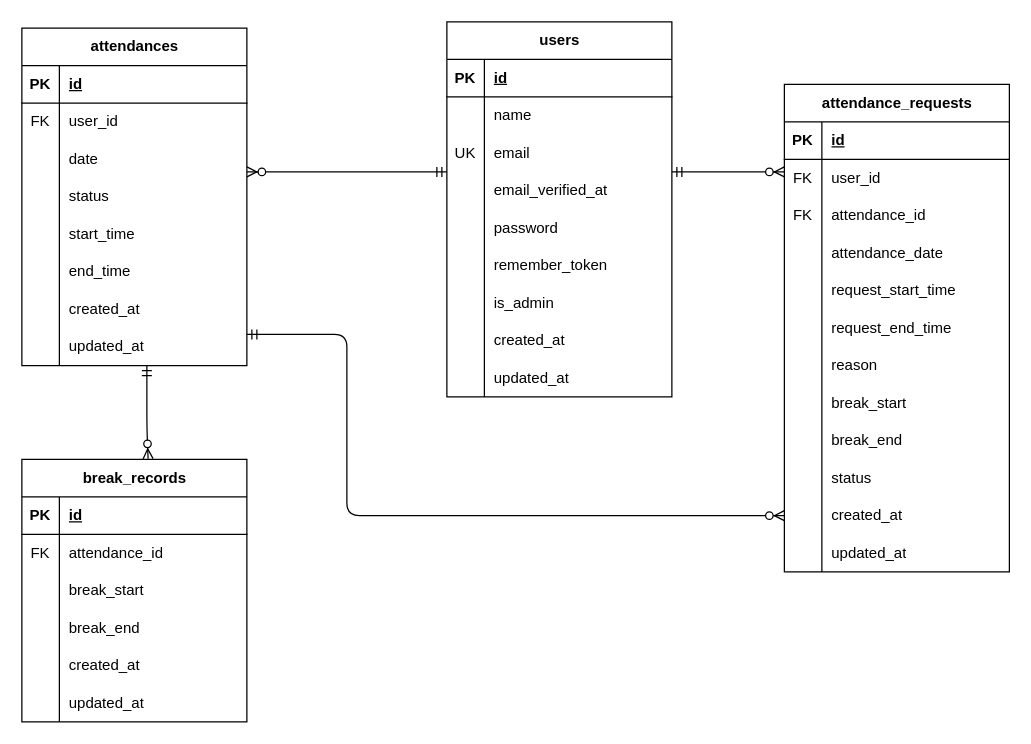
This is src/resources/js/er.drawio from norinori25/coachtech-attendance-app, a draw.io file, before an edit. Source tidied: cells renumbered, new cells numbered last; positions are measured from the earlier drawing's top-left corner, leaving out a move shared by most shapes. Both pictures are drawn from the tidied source at 125%, with x=0, y=0 at pixel (21, 21).
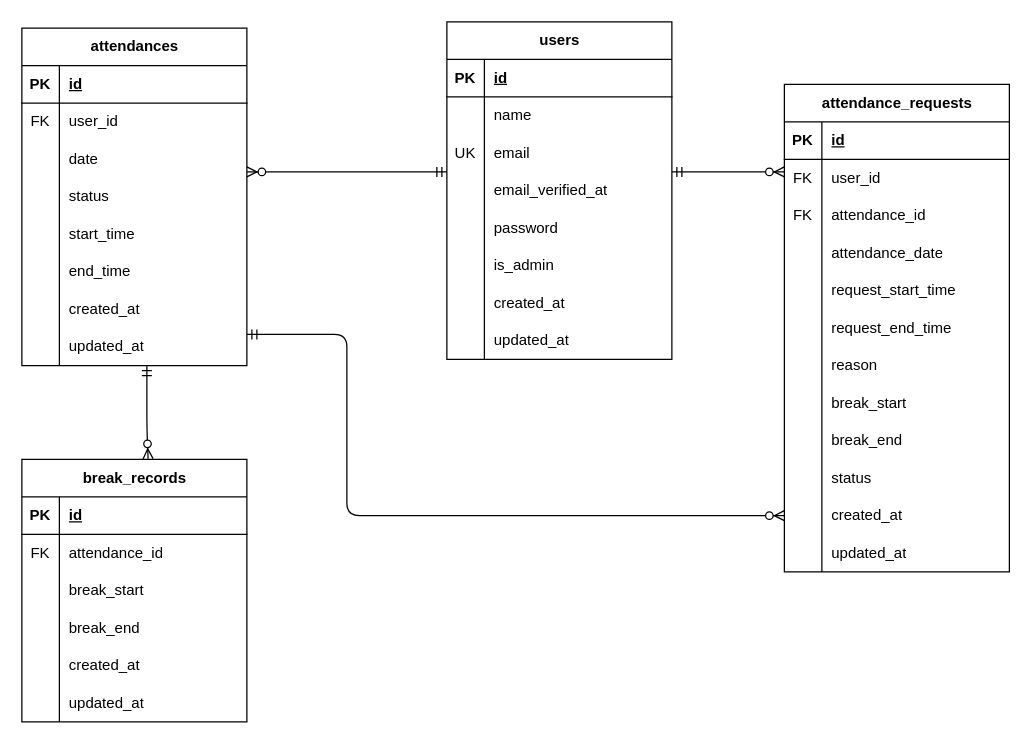
The same diagram, later.

Commit message (it also covers changes not shown here):
統合マイグレーション作成、remember_token削除、ER図更新

Diff of the diagram source:
```diff
@@
     <mxCell id="2" value="users" style="shape=table;startSize=30;childLayout=tableLayout;rowLines=0;fontStyle=1;align=center;html=1;" parent="1" vertex="1">
-      <mxGeometry x="340" width="180" height="300" as="geometry" />
+      <mxGeometry x="340" width="180" height="270" as="geometry" />
     </mxCell>
@@
-    <mxCell id="18" style="shape=tableRow;horizontal=0;startSize=0;swimlaneHead=0;swimlaneBody=0;fillColor=none;top=0;left=0;right=0;bottom=0;" parent="2" vertex="1">
-      <mxGeometry y="180" width="180" height="30" as="geometry" />
-    </mxCell>
-    <mxCell id="19" style="shape=partialRectangle;fillColor=none;top=0;left=0;bottom=0;right=0;overflow=hidden;whiteSpace=wrap;html=1;" parent="18" vertex="1">
-      <mxGeometry width="30" height="30" as="geometry" />
-    </mxCell>
-    <mxCell id="20" value="remember_token" style="shape=partialRectangle;fillColor=none;top=0;left=0;bottom=0;right=0;align=left;spacingLeft=6;overflow=hidden;whiteSpace=wrap;html=1;" parent="18" vertex="1">
-      <mxGeometry x="30" width="150" height="30" as="geometry" />
-    </mxCell>
     <mxCell id="21" style="shape=tableRow;horizontal=0;startSize=0;swimlaneHead=0;swimlaneBody=0;fillColor=none;top=0;left=0;right=0;bottom=0;" parent="2" vertex="1">
-      <mxGeometry y="210" width="180" height="30" as="geometry" />
+      <mxGeometry y="180" width="180" height="30" as="geometry" />
     </mxCell>
@@
     <mxCell id="24" style="shape=tableRow;horizontal=0;startSize=0;swimlaneHead=0;swimlaneBody=0;fillColor=none;top=0;left=0;right=0;bottom=0;" parent="2" vertex="1">
-      <mxGeometry y="240" width="180" height="30" as="geometry" />
+      <mxGeometry y="210" width="180" height="30" as="geometry" />
     </mxCell>
@@
     <mxCell id="27" style="shape=tableRow;horizontal=0;startSize=0;swimlaneHead=0;swimlaneBody=0;fillColor=none;top=0;left=0;right=0;bottom=0;" parent="2" vertex="1">
-      <mxGeometry y="270" width="180" height="30" as="geometry" />
+      <mxGeometry y="240" width="180" height="30" as="geometry" />
     </mxCell>
```
